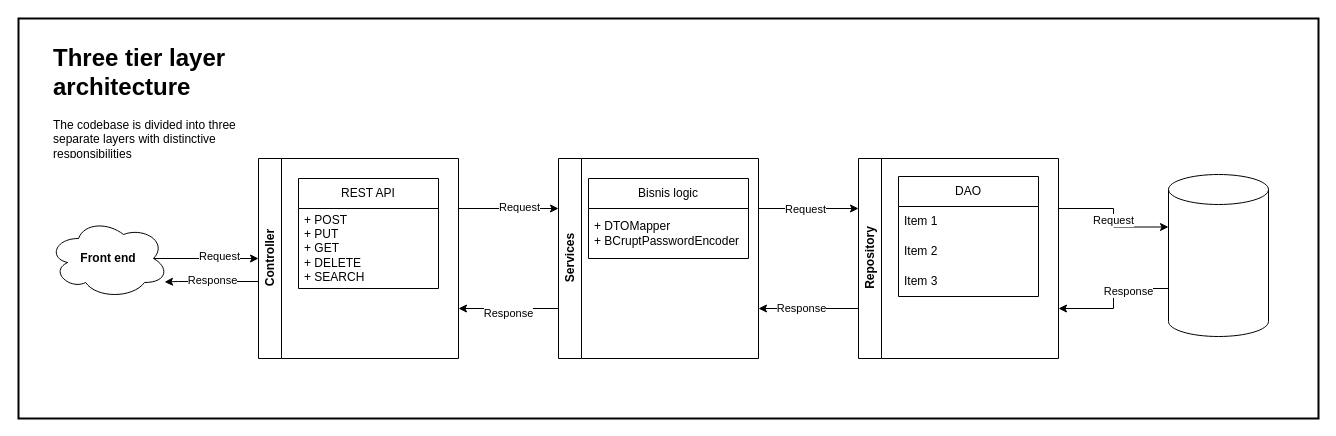
Before: three tier layer arch pattern.drawio in jarisiber/layer-architecture, a draw.io diagram. Source tidied: cells renumbered, new cells numbered last; positions are measured from the earlier drawing's top-left corner, leaving out a move shared by most shapes. Both pictures are drawn from the tidied source at 100%, with x=0, y=0 at pixel (18, 18).
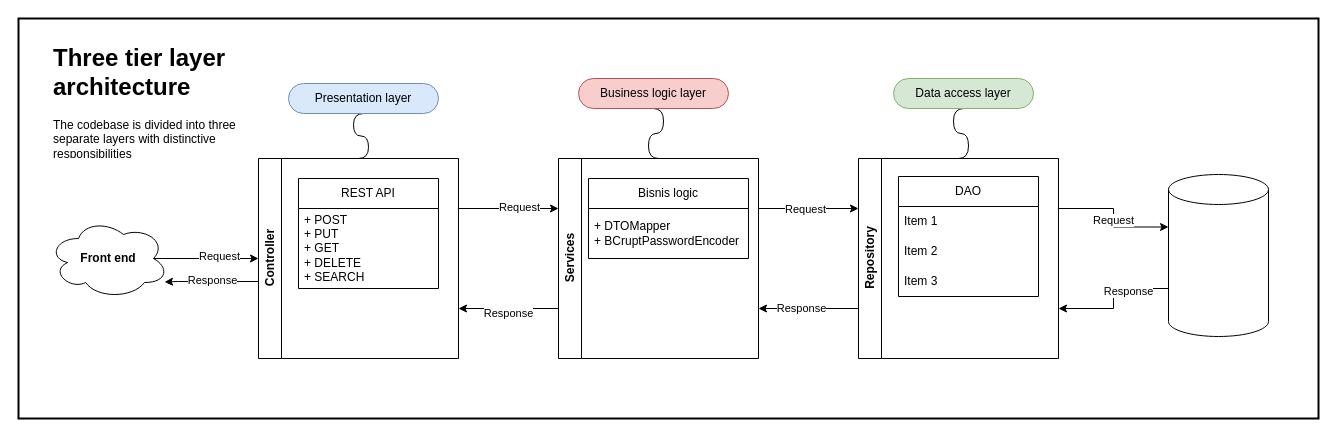
The same diagram, later.

The change refers to these unchanged cells:
```xml
<mxCell id="5" value="Controller" style="swimlane;horizontal=0;whiteSpace=wrap;html=1;" parent="1" vertex="1">
  <mxGeometry x="240" y="140" width="200" height="200" as="geometry" />
</mxCell>
<mxCell id="12" value="Services" style="swimlane;horizontal=0;whiteSpace=wrap;html=1;" parent="1" vertex="1">
  <mxGeometry x="540" y="140" width="200" height="200" as="geometry" />
</mxCell>
<mxCell id="17" value="Repository" style="swimlane;horizontal=0;whiteSpace=wrap;html=1;" parent="1" vertex="1">
  <mxGeometry x="840" y="140" width="200" height="200" as="geometry" />
</mxCell>
```

What changed in the source:
```diff
@@
+    <mxCell id="33" style="edgeStyle=entityRelationEdgeStyle;rounded=0;jettySize=auto;html=1;startArrow=none;endArrow=none;segment=10;curved=1;sourcePerimeterSpacing=0;targetPerimeterSpacing=0;exitX=0.5;exitY=1;exitDx=0;exitDy=0;entryX=0.5;entryY=0;entryDx=0;entryDy=0;" parent="1" edge="1" source="34" target="5">
+      <mxGeometry relative="1" as="geometry" />
+    </mxCell>
+    <mxCell id="34" value="Presentation layer" style="whiteSpace=wrap;html=1;rounded=1;arcSize=50;align=center;verticalAlign=middle;strokeWidth=1;spacing=4;newEdgeStyle={&quot;edgeStyle&quot;:&quot;entityRelationEdgeStyle&quot;,&quot;startArrow&quot;:&quot;none&quot;,&quot;endArrow&quot;:&quot;none&quot;,&quot;segment&quot;:10,&quot;curved&quot;:1,&quot;sourcePerimeterSpacing&quot;:0,&quot;targetPerimeterSpacing&quot;:0};fillColor=#dae8fc;strokeColor=#6c8ebf;" parent="1" vertex="1">
+      <mxGeometry x="270" y="65" width="150" height="30" as="geometry" />
+    </mxCell>
+    <mxCell id="35" style="edgeStyle=entityRelationEdgeStyle;rounded=0;jettySize=auto;html=1;startArrow=none;endArrow=none;segment=10;curved=1;sourcePerimeterSpacing=0;targetPerimeterSpacing=0;exitX=0.5;exitY=1;exitDx=0;exitDy=0;entryX=0.5;entryY=0;entryDx=0;entryDy=0;" parent="1" edge="1" source="36" target="12">
+      <mxGeometry relative="1" as="geometry" />
+    </mxCell>
+    <mxCell id="36" value="Business logic layer" style="whiteSpace=wrap;html=1;rounded=1;arcSize=50;align=center;verticalAlign=middle;strokeWidth=1;spacing=4;newEdgeStyle={&quot;edgeStyle&quot;:&quot;entityRelationEdgeStyle&quot;,&quot;startArrow&quot;:&quot;none&quot;,&quot;endArrow&quot;:&quot;none&quot;,&quot;segment&quot;:10,&quot;curved&quot;:1,&quot;sourcePerimeterSpacing&quot;:0,&quot;targetPerimeterSpacing&quot;:0};fillColor=#f8cecc;strokeColor=#b85450;" parent="1" vertex="1">
+      <mxGeometry x="560" y="60" width="150" height="30" as="geometry" />
+    </mxCell>
+    <mxCell id="37" style="edgeStyle=entityRelationEdgeStyle;rounded=0;jettySize=auto;html=1;startArrow=none;endArrow=none;segment=10;curved=1;sourcePerimeterSpacing=0;targetPerimeterSpacing=0;exitX=0.5;exitY=1;exitDx=0;exitDy=0;entryX=0.5;entryY=0;entryDx=0;entryDy=0;" parent="1" edge="1" source="38" target="17">
+      <mxGeometry relative="1" as="geometry" />
+    </mxCell>
+    <mxCell id="38" value="Data access layer" style="whiteSpace=wrap;html=1;rounded=1;arcSize=50;align=center;verticalAlign=middle;strokeWidth=1;spacing=4;newEdgeStyle={&quot;edgeStyle&quot;:&quot;entityRelationEdgeStyle&quot;,&quot;startArrow&quot;:&quot;none&quot;,&quot;endArrow&quot;:&quot;none&quot;,&quot;segment&quot;:10,&quot;curved&quot;:1,&quot;sourcePerimeterSpacing&quot;:0,&quot;targetPerimeterSpacing&quot;:0};fillColor=#d5e8d4;strokeColor=#82b366;" parent="1" vertex="1">
+      <mxGeometry x="875" y="60" width="140" height="30" as="geometry" />
+    </mxCell>
```
